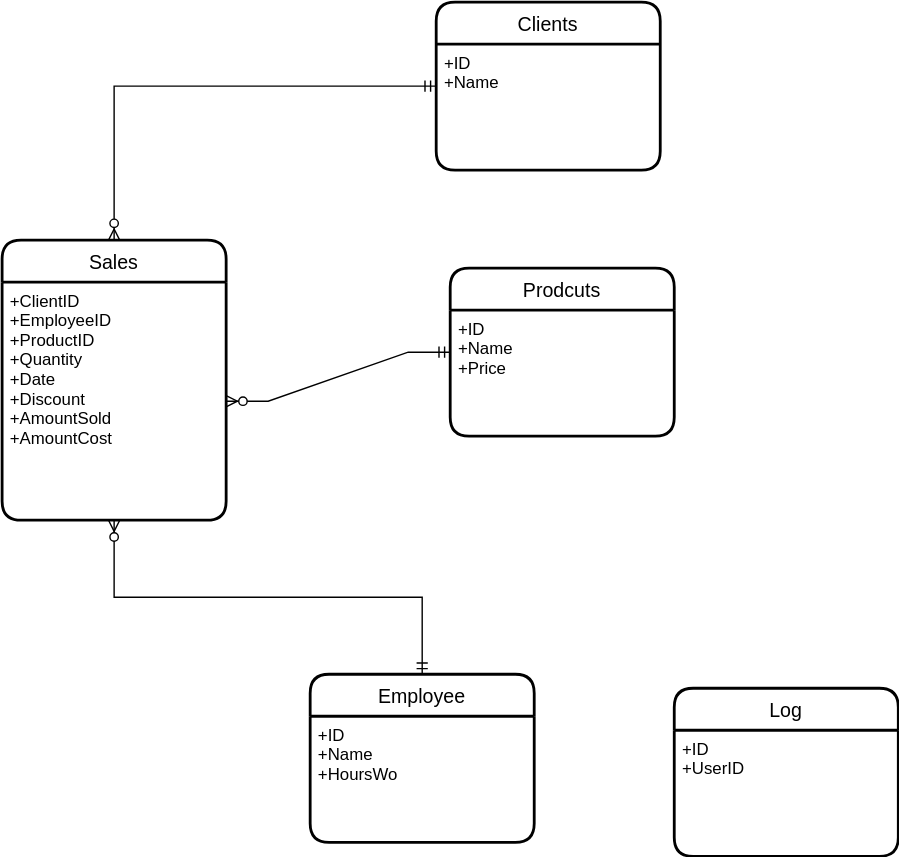
This is BigDataAplicado/Unit06-ETL/Activity05/Diagram05-DataWarehouse.svg from TehWeifu/IABD, a draw.io export, as it was before one commit. Source tidied: cells renumbered, new cells last; positions are measured from the earlier drawing's top-left corner, leaving out a move shared by most shapes. Source of this version:
```xml
<mxGraphModel>
  <root>
    <mxCell id="0" />
    <mxCell id="1" parent="0" />
    <mxCell id="2" value="Sales" style="swimlane;horizontal=1;startSize=30;rounded=1;fontSize=14;fontStyle=0;strokeWidth=2;shadow=0;dashed=0;align=center;" parent="1" vertex="1">
      <mxGeometry y="170" width="160" height="200" as="geometry" />
    </mxCell>
    <mxCell id="3" value="+ClientID&#10;+EmployeeID&#10;+ProductID&#10;+Quantity&#10;+Date&#10;+Discount&#10;+AmountSold&#10;+AmountCost" style="align=left;strokeColor=none;fillColor=none;spacingLeft=4;fontSize=12;verticalAlign=top;" parent="2" vertex="1">
      <mxGeometry y="30" width="160" height="170" as="geometry" />
    </mxCell>
    <mxCell id="4" value="Clients" style="swimlane;horizontal=1;startSize=30;rounded=1;fontSize=14;fontStyle=0;strokeWidth=2;shadow=0;dashed=0;align=center;" parent="1" vertex="1">
      <mxGeometry x="310" width="160" height="120" as="geometry" />
    </mxCell>
    <mxCell id="5" value="+ID&#10;+Name&#10;" style="align=left;strokeColor=none;fillColor=none;spacingLeft=4;fontSize=12;verticalAlign=top;" parent="4" vertex="1">
      <mxGeometry y="30" width="160" height="90" as="geometry" />
    </mxCell>
    <mxCell id="6" value="Employee" style="swimlane;horizontal=1;startSize=30;rounded=1;fontSize=14;fontStyle=0;strokeWidth=2;shadow=0;dashed=0;align=center;" parent="1" vertex="1">
      <mxGeometry x="220" y="480" width="160" height="120" as="geometry" />
    </mxCell>
    <mxCell id="7" value="+ID&#10;+Name&#10;+HoursWo" style="align=left;strokeColor=none;fillColor=none;spacingLeft=4;fontSize=12;verticalAlign=top;" parent="6" vertex="1">
      <mxGeometry y="30" width="160" height="90" as="geometry" />
    </mxCell>
    <mxCell id="8" value="Prodcuts" style="swimlane;horizontal=1;startSize=30;rounded=1;fontSize=14;fontStyle=0;strokeWidth=2;shadow=0;dashed=0;align=center;" parent="1" vertex="1">
      <mxGeometry x="320" y="190" width="160" height="120" as="geometry" />
    </mxCell>
    <mxCell id="9" value="+ID&#10;+Name&#10;+Price" style="align=left;strokeColor=none;fillColor=none;spacingLeft=4;fontSize=12;verticalAlign=top;" parent="8" vertex="1">
      <mxGeometry y="30" width="160" height="90" as="geometry" />
    </mxCell>
    <mxCell id="10" style="edgeStyle=orthogonalEdgeStyle;fontSize=12;html=1;endArrow=ERzeroToMany;startArrow=ERmandOne;rounded=0;exitX=0;exitY=0.5;exitDx=0;exitDy=0;entryX=0.5;entryY=0;entryDx=0;entryDy=0;" parent="1" edge="1" source="4" target="2">
      <mxGeometry relative="1" as="geometry" />
    </mxCell>
    <mxCell id="11" style="edgeStyle=orthogonalEdgeStyle;fontSize=12;html=1;endArrow=ERzeroToMany;startArrow=ERmandOne;rounded=0;exitX=0.5;exitY=0;exitDx=0;exitDy=0;entryX=0.5;entryY=1;entryDx=0;entryDy=0;" parent="1" edge="1" source="6" target="3">
      <mxGeometry relative="1" as="geometry" />
    </mxCell>
    <mxCell id="12" style="edgeStyle=entityRelationEdgeStyle;fontSize=12;html=1;endArrow=ERzeroToMany;startArrow=ERmandOne;rounded=0;exitX=0;exitY=0.5;exitDx=0;exitDy=0;entryX=1;entryY=0.5;entryDx=0;entryDy=0;" parent="1" edge="1" source="8" target="3">
      <mxGeometry relative="1" as="geometry" />
    </mxCell>
    <mxCell id="13" value="Log" style="swimlane;horizontal=1;startSize=30;rounded=1;fontSize=14;fontStyle=0;strokeWidth=2;shadow=0;dashed=0;align=center;" parent="1" vertex="1">
      <mxGeometry x="480" y="490" width="160" height="120" as="geometry" />
    </mxCell>
    <mxCell id="14" value="+ID&#10;+UserID" style="align=left;strokeColor=none;fillColor=none;spacingLeft=4;fontSize=12;verticalAlign=top;" parent="13" vertex="1">
      <mxGeometry y="30" width="160" height="90" as="geometry" />
    </mxCell>
  </root>
</mxGraphModel>
```
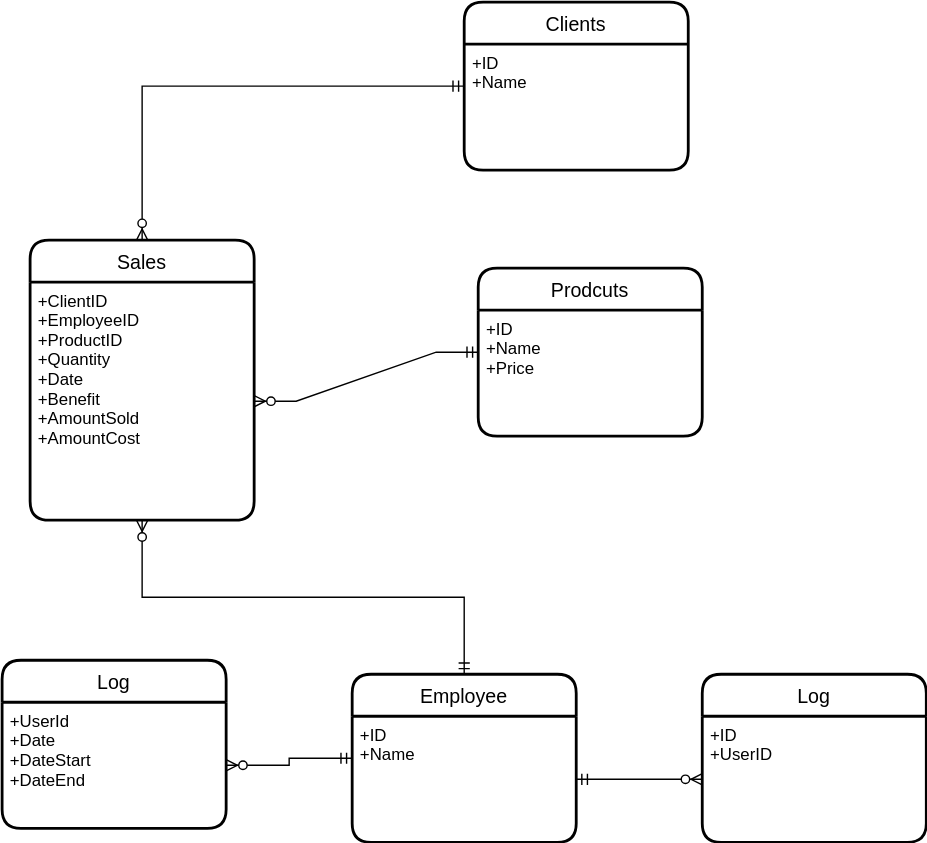
Above is the later version.

Change to the diagram source:
```diff
@@ -5,7 +5,7 @@
     <mxCell id="2" value="Sales" style="swimlane;horizontal=1;startSize=30;rounded=1;fontSize=14;fontStyle=0;strokeWidth=2;shadow=0;dashed=0;align=center;" parent="1" vertex="1">
       <mxGeometry y="170" width="160" height="200" as="geometry" />
     </mxCell>
-    <mxCell id="3" value="+ClientID&#10;+EmployeeID&#10;+ProductID&#10;+Quantity&#10;+Date&#10;+Discount&#10;+AmountSold&#10;+AmountCost" style="align=left;strokeColor=none;fillColor=none;spacingLeft=4;fontSize=12;verticalAlign=top;" parent="2" vertex="1">
+    <mxCell id="3" value="+ClientID&#10;+EmployeeID&#10;+ProductID&#10;+Quantity&#10;+Date&#10;+Benefit&#10;+AmountSold&#10;+AmountCost" style="align=left;strokeColor=none;fillColor=none;spacingLeft=4;fontSize=12;verticalAlign=top;" parent="2" vertex="1">
       <mxGeometry y="30" width="160" height="170" as="geometry" />
     </mxCell>
     <mxCell id="4" value="Clients" style="swimlane;horizontal=1;startSize=30;rounded=1;fontSize=14;fontStyle=0;strokeWidth=2;shadow=0;dashed=0;align=center;" parent="1" vertex="1">
@@ -15,9 +15,9 @@
       <mxGeometry y="30" width="160" height="90" as="geometry" />
     </mxCell>
     <mxCell id="6" value="Employee" style="swimlane;horizontal=1;startSize=30;rounded=1;fontSize=14;fontStyle=0;strokeWidth=2;shadow=0;dashed=0;align=center;" parent="1" vertex="1">
-      <mxGeometry x="220" y="480" width="160" height="120" as="geometry" />
+      <mxGeometry x="230" y="480" width="160" height="120" as="geometry" />
     </mxCell>
-    <mxCell id="7" value="+ID&#10;+Name&#10;+HoursWo" style="align=left;strokeColor=none;fillColor=none;spacingLeft=4;fontSize=12;verticalAlign=top;" parent="6" vertex="1">
+    <mxCell id="7" value="+ID&#10;+Name" style="align=left;strokeColor=none;fillColor=none;spacingLeft=4;fontSize=12;verticalAlign=top;" parent="6" vertex="1">
       <mxGeometry y="30" width="160" height="90" as="geometry" />
     </mxCell>
     <mxCell id="8" value="Prodcuts" style="swimlane;horizontal=1;startSize=30;rounded=1;fontSize=14;fontStyle=0;strokeWidth=2;shadow=0;dashed=0;align=center;" parent="1" vertex="1">
@@ -36,10 +36,22 @@
       <mxGeometry relative="1" as="geometry" />
     </mxCell>
     <mxCell id="13" value="Log" style="swimlane;horizontal=1;startSize=30;rounded=1;fontSize=14;fontStyle=0;strokeWidth=2;shadow=0;dashed=0;align=center;" parent="1" vertex="1">
-      <mxGeometry x="480" y="490" width="160" height="120" as="geometry" />
+      <mxGeometry x="480" y="480" width="160" height="120" as="geometry" />
     </mxCell>
     <mxCell id="14" value="+ID&#10;+UserID" style="align=left;strokeColor=none;fillColor=none;spacingLeft=4;fontSize=12;verticalAlign=top;" parent="13" vertex="1">
       <mxGeometry y="30" width="160" height="90" as="geometry" />
     </mxCell>
+    <mxCell id="15" value="Log" style="swimlane;horizontal=1;startSize=30;rounded=1;fontSize=14;fontStyle=0;strokeWidth=2;shadow=0;dashed=0;align=center;" parent="1" vertex="1">
+      <mxGeometry x="-20" y="470" width="160" height="120" as="geometry" />
+    </mxCell>
+    <mxCell id="16" value="+UserId&#10;+Date&#10;+DateStart&#10;+DateEnd" style="align=left;strokeColor=none;fillColor=none;spacingLeft=4;fontSize=12;verticalAlign=top;" parent="15" vertex="1">
+      <mxGeometry y="30" width="160" height="90" as="geometry" />
+    </mxCell>
+    <mxCell id="17" style="edgeStyle=orthogonalEdgeStyle;fontSize=12;html=1;endArrow=ERzeroToMany;startArrow=ERmandOne;rounded=0;entryX=1;entryY=0.5;entryDx=0;entryDy=0;exitX=0;exitY=0.5;exitDx=0;exitDy=0;" parent="1" edge="1" source="6" target="16">
+      <mxGeometry relative="1" as="geometry" />
+    </mxCell>
+    <mxCell id="18" style="edgeStyle=orthogonalEdgeStyle;fontSize=12;html=1;endArrow=ERzeroToMany;startArrow=ERmandOne;rounded=0;entryX=0;entryY=0.5;entryDx=0;entryDy=0;exitX=1;exitY=0.5;exitDx=0;exitDy=0;" parent="1" edge="1" source="7" target="14">
+      <mxGeometry relative="1" as="geometry" />
+    </mxCell>
   </root>
 </mxGraphModel>
```
